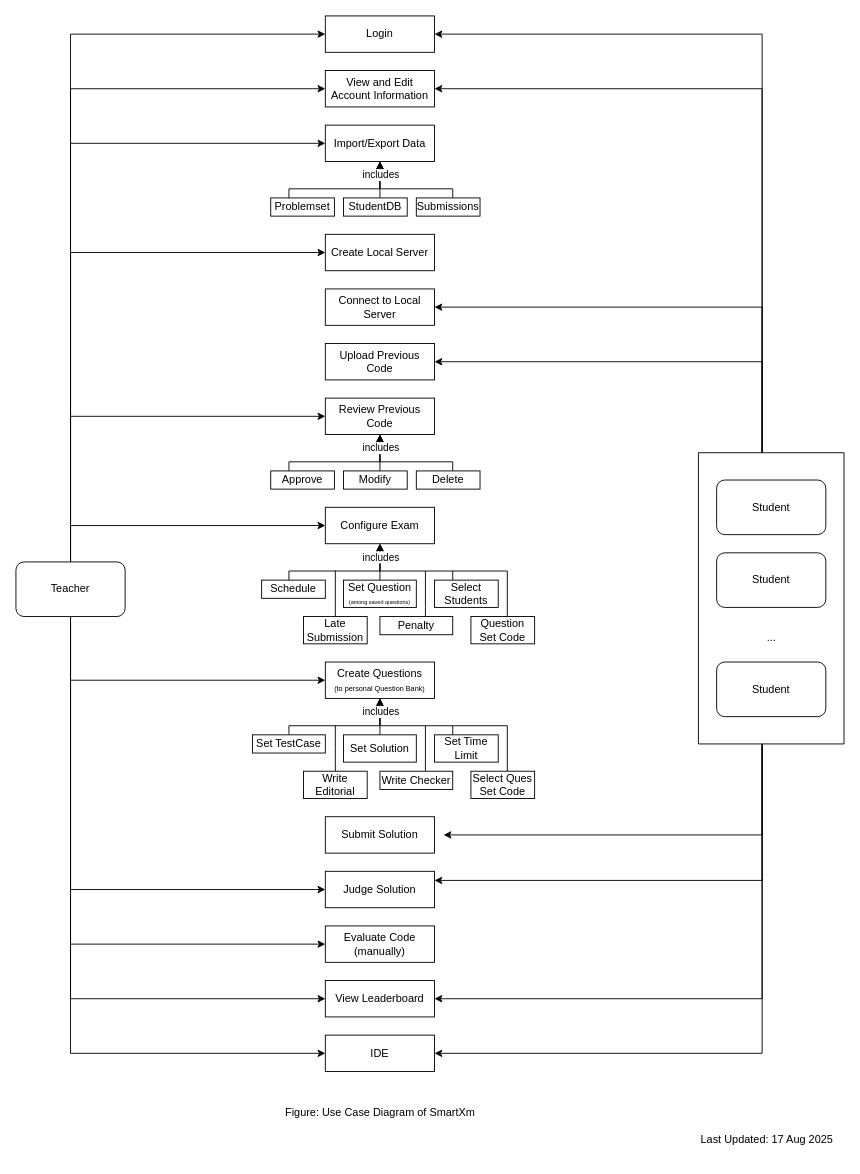
Earlier version of the draw.io diagram Requirements/UseCaseDiagram.drawio (KaziRifatMorshed/SmartXm). Source tidied: cells renumbered, new cells numbered last; positions are measured from the earlier drawing's top-left corner, leaving out a move shared by most shapes. Both pictures are drawn from the tidied source at 91%, with x=0, y=0 at pixel (15, 15).
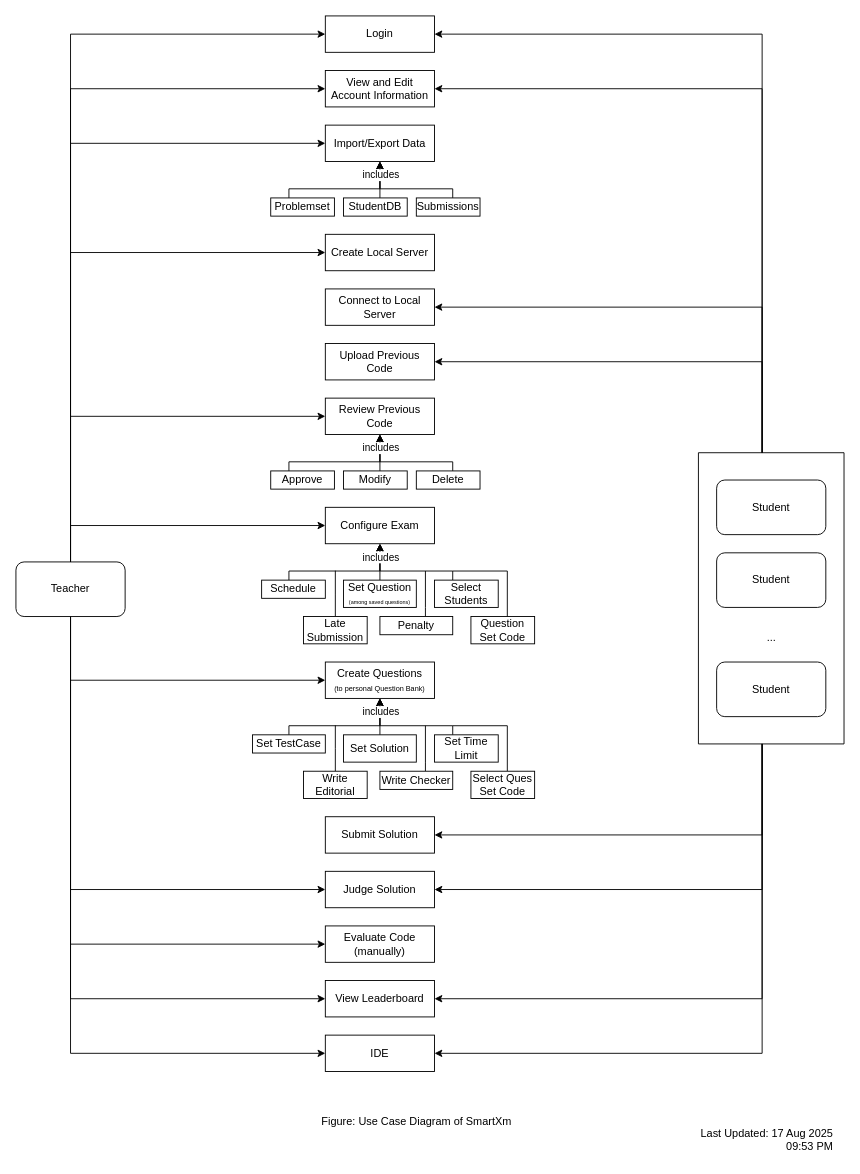
The same page after the edit.

Commit message (it also covers changes not shown here):
updated use case diagram

The change refers to these unchanged cells:
```xml
<mxCell id="47" value="Submit Solution" style="whiteSpace=wrap;html=1;" parent="1" vertex="1">
  <mxGeometry x="340" y="880" width="120" height="40" as="geometry" />
</mxCell>
<mxCell id="48" value="Judge Solution" style="whiteSpace=wrap;html=1;" parent="1" vertex="1">
  <mxGeometry x="340" y="940" width="120" height="40" as="geometry" />
</mxCell>
<mxCell id="66" style="group;" parent="1" vertex="1">
  <mxGeometry x="750" y="480" width="160" height="320" as="geometry" />
</mxCell>
<mxCell id="72" style="verticalLabelPosition=bottom;verticalAlign=top;html=1;shape=mxgraph.basic.rect;fillColor2=none;strokeWidth=1;size=20;indent=5;fillColor=none;" parent="66" vertex="1">
  <mxGeometry width="160" height="320" as="geometry" />
</mxCell>
```

The edit, as a diff of the source:
```diff
@@
-    <mxCell id="71" style="edgeStyle=orthogonalEdgeStyle;rounded=0;jettySize=auto;html=1;" parent="66" edge="1" source="72">
-      <mxGeometry relative="1" as="geometry">
-        <mxPoint x="-280" y="420" as="targetPoint" />
-        <Array as="points">
-          <mxPoint x="70" y="420" />
-        </Array>
-      </mxGeometry>
-    </mxCell>
@@
-    <mxCell id="77" style="edgeStyle=orthogonalEdgeStyle;rounded=0;jettySize=auto;html=1;entryX=1;entryY=0.25;entryDx=0;entryDy=0;" parent="1" edge="1" source="72" target="48">
+    <mxCell id="77" style="edgeStyle=orthogonalEdgeStyle;rounded=0;jettySize=auto;html=1;entryX=1;entryY=0.5;entryDx=0;entryDy=0;" parent="1" edge="1" source="72" target="48">
       <mxGeometry relative="1" as="geometry">
         <Array as="points">
-          <mxPoint x="820" y="950" />
+          <mxPoint x="820" y="960" />
         </Array>
       </mxGeometry>
     </mxCell>
     <mxCell id="78" value="Figure: Use Case Diagram of SmartXm" style="text;html=1;align=center;verticalAlign=middle;strokeColor=none;fillColor=none;" parent="1" vertex="1">
-      <mxGeometry x="285" y="1190" width="230" height="30" as="geometry" />
+      <mxGeometry x="325" y="1200" width="230" height="30" as="geometry" />
     </mxCell>
-    <mxCell id="79" value="Last Updated: 17 Aug 2025" style="text;html=1;align=center;verticalAlign=middle;strokeColor=none;fillColor=none;" parent="1" vertex="1">
-      <mxGeometry x="740" y="1220" width="170" height="30" as="geometry" />
+    <mxCell id="79" value="Last Updated: 17 Aug 2025&lt;br&gt;&lt;div style=&quot;text-align: right;&quot;&gt;&lt;span style=&quot;background-color: transparent; color: light-dark(rgb(0, 0, 0), rgb(255, 255, 255));&quot;&gt;09:53 PM&lt;/span&gt;&lt;/div&gt;" style="text;html=1;align=center;verticalAlign=middle;strokeColor=none;fillColor=none;" parent="1" vertex="1">
+      <mxGeometry x="740" y="1215" width="170" height="40" as="geometry" />
     </mxCell>
@@
+    <mxCell id="71" style="edgeStyle=orthogonalEdgeStyle;rounded=0;jettySize=auto;html=1;entryX=1;entryY=0.5;entryDx=0;entryDy=0;" parent="1" edge="1" source="72" target="47">
+      <mxGeometry relative="1" as="geometry">
+        <Array as="points">
+          <mxPoint x="820" y="900" />
+        </Array>
+      </mxGeometry>
+    </mxCell>
```
